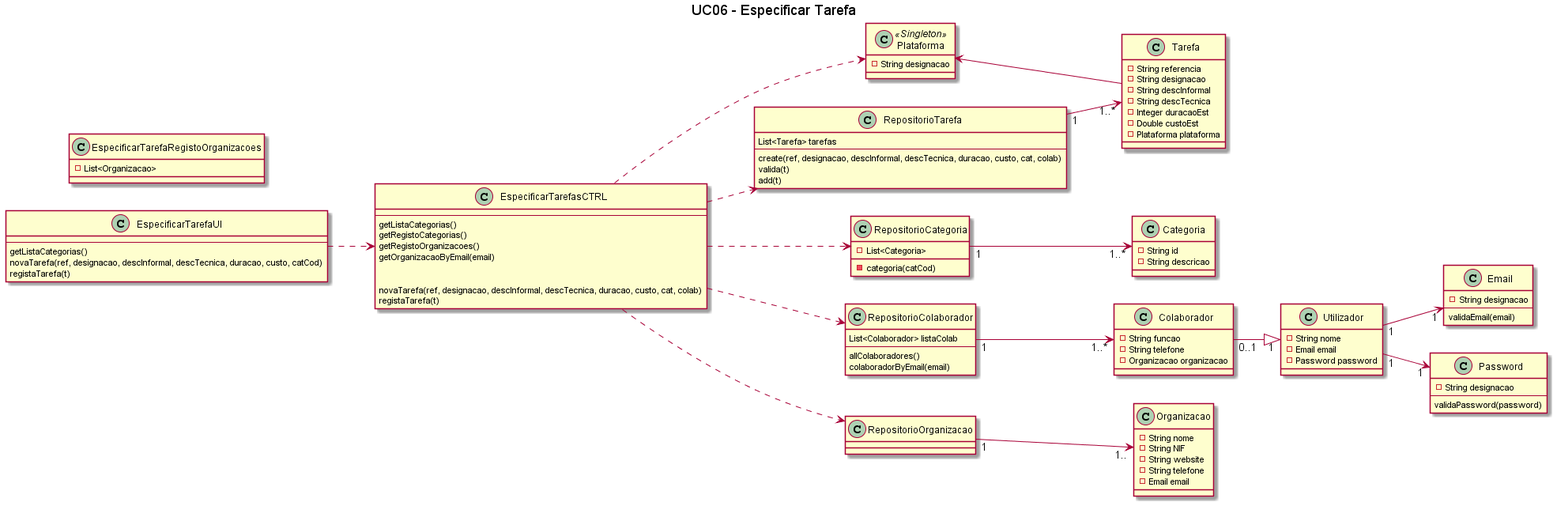
Above: Sprint 2/UC06_Especificar_Tarefa/UC06_Especificar_Tarefa_Diagrama_Classes.png in blestonbandeiraUPSKILL/upskill_java1_labprg_grupo2 (PlantUML), before the change.
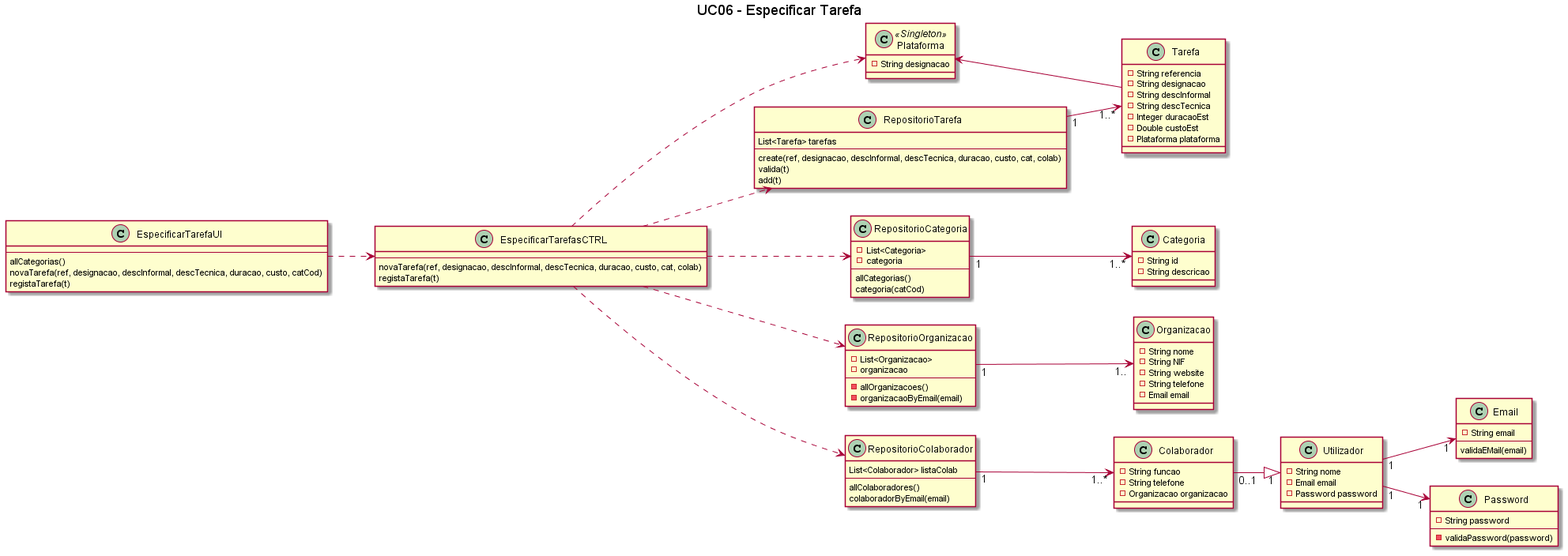
Later version of the same file.

Change to the diagram source:
```diff
@@ -9,19 +9,13 @@
 
 class EspecificarTarefaUI {
     --
-    getListaCategorias()
+    allCategorias()
     novaTarefa(ref, designacao, descInformal, descTecnica, duracao, custo, catCod)
     registaTarefa(t)
 }
 
 class EspecificarTarefasCTRL {
     --
-    getListaCategorias()
-    getRegistoCategorias()
-    getRegistoOrganizacoes()
-    getOrganizacaoByEmail(email)
-
-
     novaTarefa(ref, designacao, descInformal, descTecnica, duracao, custo, cat, colab)
     registaTarefa(t)
 }
@@ -36,11 +30,18 @@
 
 class RepositorioCategoria {
     -List<Categoria>
-    -categoria(catCod)
+    -categoria
+    --
+    allCategorias()
+    categoria(catCod)
 }
 
-class EspecificarTarefaRegistoOrganizacoes {
+class RepositorioOrganizacao {
     -List<Organizacao>
+    -organizacao
+    --
+    -allOrganizacoes()
+    -organizacaoByEmail(email)
 }
 
 class RepositorioColaborador {
@@ -86,15 +87,15 @@
 }
 
 class Email {
-    -String designacao
+    -String email
     --
-    validaEmail(email)
+    validaEMail(email)
 }
 
 class Password {
-    -String designacao
+    -String password
     --
-    validaPassword(password)
+    -validaPassword(password)
 }
 
 Colaborador"0..1" --|> "1"Utilizador
```
